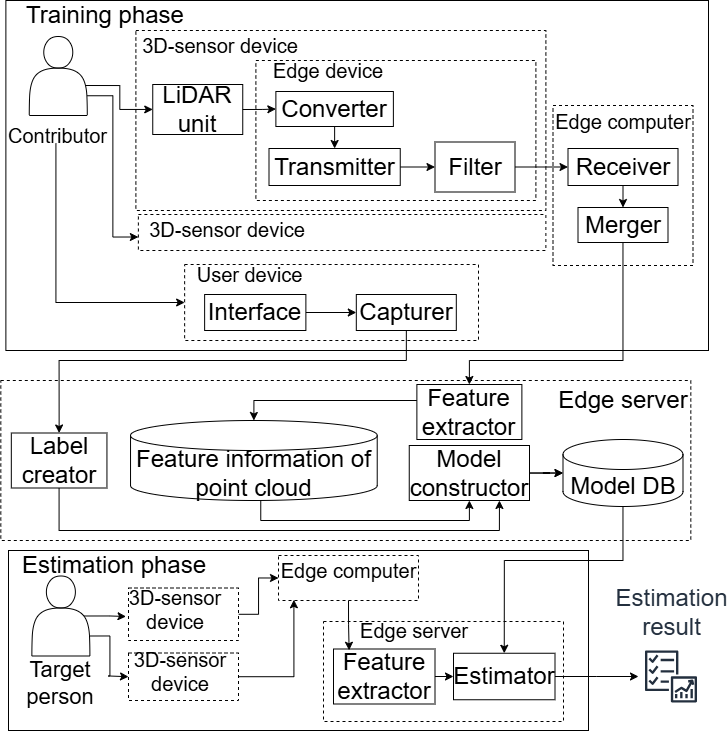
The draw.io diagram img/System_model.png in Sano-Wataru/journal-research-paper-access-kizawa, before a commit. Source tidied: cells renumbered, new cells last; positions are measured from the earlier drawing's top-left corner, leaving out a move shared by most shapes.
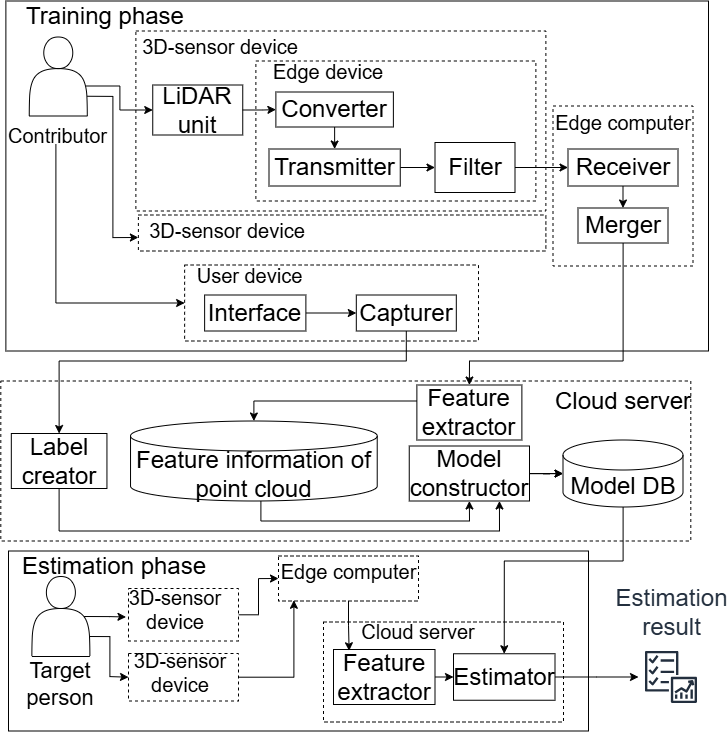
Later version of the same file.

Diff of the diagram source:
```diff
@@ -119,7 +119,7 @@
     <mxCell id="35" value="&lt;font style=&quot;font-size: 24px;&quot;&gt;Model DB&lt;/font&gt;" style="shape=cylinder3;whiteSpace=wrap;html=1;boundedLbl=1;backgroundOutline=1;size=15;" parent="1" vertex="1">
       <mxGeometry x="562.5" y="439" width="120" height="67" as="geometry" />
     </mxCell>
-    <mxCell id="36" value="&lt;font style=&quot;font-size: 24px;&quot;&gt;Edge server&lt;/font&gt;" style="text;html=1;strokeColor=none;fillColor=none;align=center;verticalAlign=middle;whiteSpace=wrap;rounded=0;" parent="1" vertex="1">
+    <mxCell id="36" value="&lt;font style=&quot;font-size: 24px;&quot;&gt;Cloud server&lt;/font&gt;" style="text;html=1;strokeColor=none;fillColor=none;align=center;verticalAlign=middle;whiteSpace=wrap;rounded=0;" parent="1" vertex="1">
       <mxGeometry x="552.5" y="390" width="140" height="20" as="geometry" />
     </mxCell>
     <mxCell id="37" value="&lt;font style=&quot;font-size: 20px;&quot;&gt;Edge computer&lt;/font&gt;" style="text;html=1;strokeColor=none;fillColor=none;align=center;verticalAlign=middle;whiteSpace=wrap;rounded=0;" parent="1" vertex="1">
@@ -161,8 +161,8 @@
     <mxCell id="49" value="&lt;p&gt;&lt;font style=&quot;font-size: 24px;&quot;&gt;Feature extractor&lt;/font&gt;&lt;/p&gt;" style="rounded=0;whiteSpace=wrap;html=1;" parent="1" vertex="1">
       <mxGeometry x="333" y="648.5" width="101.5" height="55" as="geometry" />
     </mxCell>
-    <mxCell id="50" value="&lt;font style=&quot;font-size: 20px;&quot;&gt;Edge server&lt;/font&gt;" style="text;html=1;strokeColor=none;fillColor=none;align=center;verticalAlign=middle;whiteSpace=wrap;rounded=0;" parent="1" vertex="1">
-      <mxGeometry x="358" y="620" width="111.5" height="20" as="geometry" />
+    <mxCell id="50" value="&lt;font style=&quot;font-size: 20px;&quot;&gt;Cloud server&lt;/font&gt;" style="text;html=1;strokeColor=none;fillColor=none;align=center;verticalAlign=middle;whiteSpace=wrap;rounded=0;" parent="1" vertex="1">
+      <mxGeometry x="358" y="620" width="120" height="20" as="geometry" />
     </mxCell>
     <mxCell id="51" value="&lt;font&gt;Estimation&lt;/font&gt;&lt;div&gt;&lt;font&gt;result&lt;/font&gt;&lt;/div&gt;" style="sketch=0;outlineConnect=0;fontColor=#232F3E;gradientColor=none;strokeColor=#232F3E;fillColor=#ffffff;dashed=0;verticalLabelPosition=top;verticalAlign=bottom;align=center;html=1;fontSize=24;fontStyle=0;shape=mxgraph.aws4.resourceIcon;resIcon=mxgraph.aws4.checklist_performance;labelPosition=center;direction=east;" parent="1" vertex="1">
       <mxGeometry x="638" y="643.5" width="65" height="65" as="geometry" />
```
